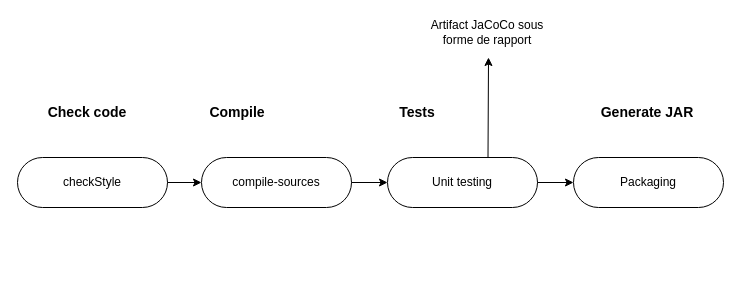
Earlier version of the draw.io diagram Testing UT pipeline.drawio (cjour/audit_logistics). Source tidied: cells renumbered, new cells numbered last; positions are measured from the earlier drawing's top-left corner, leaving out a move shared by most shapes. Both pictures are drawn from the tidied source at 100%, with x=0, y=0 at pixel (17, 17).
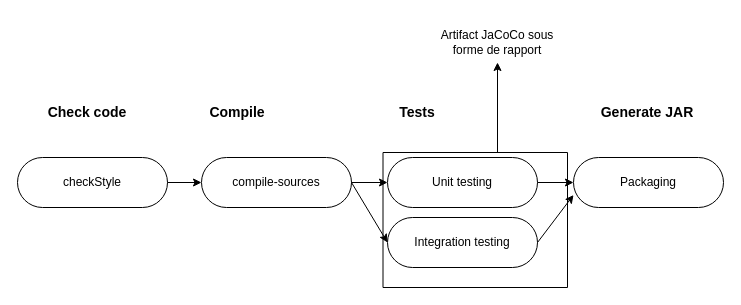
After the change.

Commit message:
Mettre à jour Testing IT pipeline.drawio

The change refers to these unchanged cells:
```xml
<mxCell id="2" value="compile-sources" style="rounded=1;whiteSpace=wrap;html=1;arcSize=50;" parent="1" vertex="1">
  <mxGeometry x="184" y="140" width="150" height="50" as="geometry" />
</mxCell>
<mxCell id="13" value="Packaging" style="rounded=1;whiteSpace=wrap;html=1;arcSize=50;" parent="1" vertex="1">
  <mxGeometry x="556" y="140" width="150" height="50" as="geometry" />
</mxCell>
```

What changed in the source:
```diff
@@
-    <mxCell id="8" style="endArrow=classic;html=1;rounded=0;exitX=0.75;exitY=0;exitDx=0;exitDy=0;" parent="1" edge="1">
-      <mxGeometry relative="1" as="geometry">
-        <mxPoint x="470.5" y="140" as="sourcePoint" />
-        <mxPoint x="471" y="40" as="targetPoint" />
-      </mxGeometry>
-    </mxCell>
     <mxCell id="9" value="Artifact JaCoCo sous forme de rapport" style="text;html=1;strokeColor=none;fillColor=none;align=center;verticalAlign=middle;whiteSpace=wrap;rounded=0;" parent="1" vertex="1">
-      <mxGeometry x="400" width="140" height="30" as="geometry" />
+      <mxGeometry x="410" y="10" width="140" height="30" as="geometry" />
     </mxCell>
@@
+    <mxCell id="15" value="Integration testing" style="rounded=1;whiteSpace=wrap;html=1;arcSize=50;" parent="1" vertex="1">
+      <mxGeometry x="370" y="200" width="150" height="50" as="geometry" />
+    </mxCell>
+    <mxCell id="16" style="endArrow=classic;html=1;rounded=0;entryX=0;entryY=0.5;entryDx=0;entryDy=0;exitX=1;exitY=0.5;exitDx=0;exitDy=0;" parent="1" edge="1" source="2" target="15">
+      <mxGeometry relative="1" as="geometry" />
+    </mxCell>
+    <mxCell id="17" style="endArrow=classic;html=1;rounded=0;entryX=0;entryY=0.75;entryDx=0;entryDy=0;exitX=1;exitY=0.5;exitDx=0;exitDy=0;" parent="1" edge="1" source="15" target="13">
+      <mxGeometry relative="1" as="geometry" />
+    </mxCell>
+    <mxCell id="18" style="swimlane;startSize=0;" parent="1" vertex="1">
+      <mxGeometry x="365.5" y="135" width="184.5" height="135" as="geometry" />
+    </mxCell>
+    <mxCell id="19" style="endArrow=classic;html=1;rounded=0;" parent="1" edge="1">
+      <mxGeometry relative="1" as="geometry">
+        <mxPoint x="480" y="135" as="sourcePoint" />
+        <mxPoint x="480" y="45" as="targetPoint" />
+      </mxGeometry>
+    </mxCell>
```
